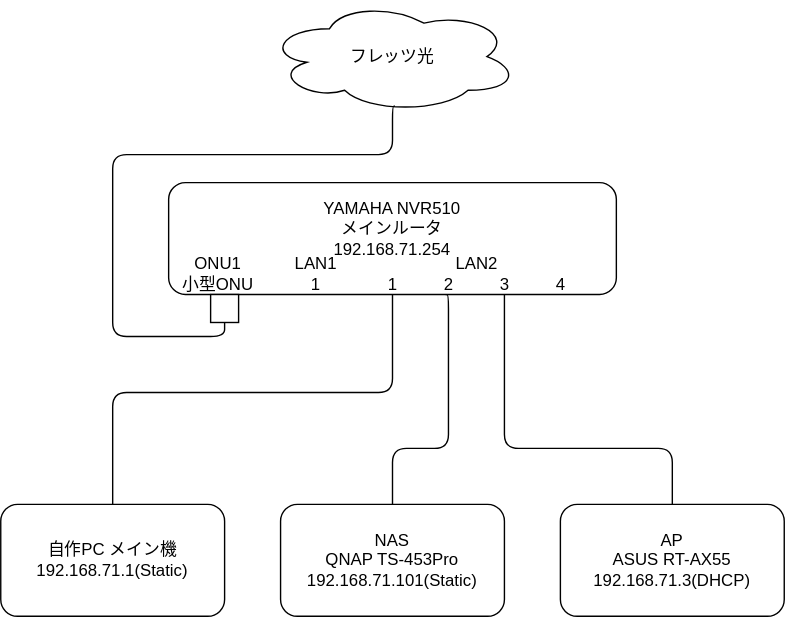
Above: Structure chart/struct.drawio.svg in taka74-1771/1771net_home (draw.io), before the change. Source tidied: cells renumbered, new cells last; positions are measured from the earlier drawing's top-left corner, leaving out a move shared by most shapes.
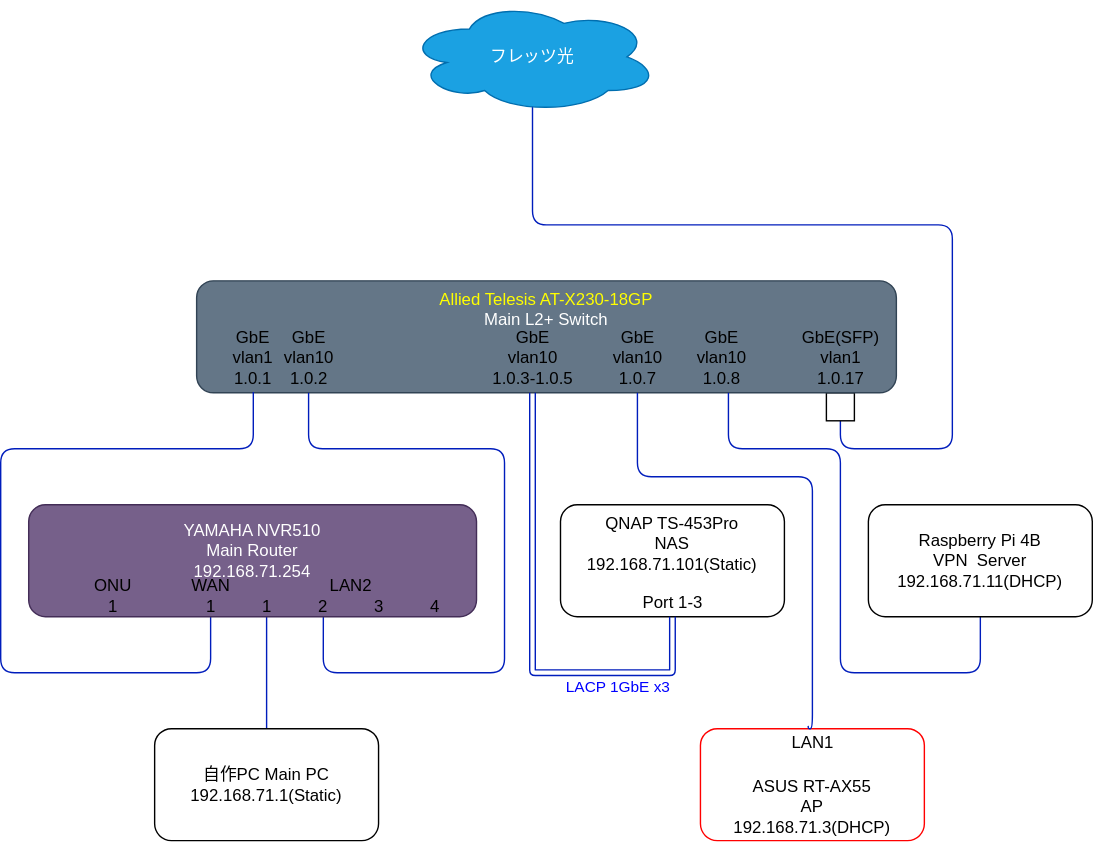
After the change.

Commit message:
L2スイッチ追加

What changed in the source:
```diff
@@ -1,70 +1,135 @@
-<mxGraphModel>
+<mxGraphModel background="#FFFFFF">
   <root>
     <mxCell id="0" />
     <mxCell id="1" parent="0" />
-    <mxCell id="2" style="edgeStyle=orthogonalEdgeStyle;html=1;entryX=0.5;entryY=0;entryDx=0;entryDy=0;endArrow=none;endFill=0;" parent="1" edge="1" source="5" target="11">
-      <mxGeometry relative="1" as="geometry">
-        <Array as="points">
-          <mxPoint x="280" y="280" />
-          <mxPoint x="80" y="280" />
-        </Array>
-      </mxGeometry>
-    </mxCell>
-    <mxCell id="3" style="edgeStyle=orthogonalEdgeStyle;html=1;entryX=0.5;entryY=0;entryDx=0;entryDy=0;endArrow=none;endFill=0;" parent="1" edge="1" target="10">
-      <mxGeometry relative="1" as="geometry">
-        <mxPoint x="318" y="210" as="sourcePoint" />
-        <Array as="points">
-          <mxPoint x="320" y="210" />
-          <mxPoint x="320" y="320" />
-          <mxPoint x="280" y="320" />
-        </Array>
-      </mxGeometry>
-    </mxCell>
-    <mxCell id="4" style="edgeStyle=orthogonalEdgeStyle;html=1;entryX=0.5;entryY=0;entryDx=0;entryDy=0;endArrow=none;endFill=0;" parent="1" edge="1" source="5" target="12">
-      <mxGeometry relative="1" as="geometry">
-        <Array as="points">
-          <mxPoint x="360" y="320" />
-          <mxPoint x="480" y="320" />
-        </Array>
-      </mxGeometry>
-    </mxCell>
-    <mxCell id="5" value="YAMAHA NVR510&lt;br&gt;メインルータ&lt;br&gt;&amp;nbsp;192.168.71.254&amp;nbsp;&lt;br&gt;&lt;br&gt;&amp;nbsp;" style="rounded=1;whiteSpace=wrap;html=1;" parent="1" vertex="1">
-      <mxGeometry x="120" y="130" width="320" height="80" as="geometry" />
-    </mxCell>
+    <mxCell id="15" style="edgeStyle=orthogonalEdgeStyle;html=1;endArrow=none;endFill=0;entryX=0.5;entryY=1;entryDx=0;entryDy=0;fillColor=#0050ef;strokeColor=#001DBC;" parent="1" edge="1" target="8">
+      <mxGeometry relative="1" as="geometry">
+        <mxPoint x="280" y="70" as="sourcePoint" />
+        <Array as="points">
+          <mxPoint x="280" y="160" />
+          <mxPoint x="580" y="160" />
+          <mxPoint x="580" y="320" />
+          <mxPoint x="500" y="320" />
+        </Array>
+      </mxGeometry>
+    </mxCell>
-    <mxCell id="6" value="フレッツ光" style="ellipse;shape=cloud;whiteSpace=wrap;html=1;" parent="1" vertex="1">
+    <mxCell id="6" value="フレッツ光" style="ellipse;shape=cloud;whiteSpace=wrap;html=1;fillColor=#1ba1e2;fontColor=#ffffff;strokeColor=#006EAF;" parent="1" vertex="1">
       <mxGeometry x="190" width="180" height="80" as="geometry" />
     </mxCell>
-    <mxCell id="7" style="edgeStyle=orthogonalEdgeStyle;html=1;entryX=0.51;entryY=0.942;entryDx=0;entryDy=0;entryPerimeter=0;endArrow=none;endFill=0;" parent="1" edge="1" source="8" target="6">
-      <mxGeometry relative="1" as="geometry">
-        <Array as="points">
-          <mxPoint x="160" y="240" />
-          <mxPoint x="80" y="240" />
-          <mxPoint x="80" y="110" />
-          <mxPoint x="280" y="110" />
-          <mxPoint x="280" y="75" />
-        </Array>
-      </mxGeometry>
-    </mxCell>
     <mxCell id="8" style="rounded=0;whiteSpace=wrap;html=1;" parent="1" vertex="1">
-      <mxGeometry x="150" y="210" width="20" height="20" as="geometry" />
+      <mxGeometry x="490" y="280" width="20" height="20" as="geometry" />
     </mxCell>
-    <mxCell id="9" value="ONU1&lt;br&gt;小型ONU" style="text;html=1;align=center;verticalAlign=middle;strokeColor=none;fillColor=none;" parent="1" vertex="1">
-      <mxGeometry x="120" y="180" width="70" height="30" as="geometry" />
-    </mxCell>
-    <mxCell id="10" value="NAS&lt;br&gt;QNAP TS-453Pro&lt;br&gt;192.168.71.101(Static)" style="rounded=1;whiteSpace=wrap;html=1;" parent="1" vertex="1">
-      <mxGeometry x="200" y="360" width="160" height="80" as="geometry" />
+    <mxCell id="10" value="QNAP TS-453Pro&lt;br&gt;NAS&lt;br&gt;192.168.71.101(Static)" style="rounded=1;whiteSpace=wrap;html=1;verticalAlign=top;" parent="1" vertex="1">
+      <mxGeometry x="300" y="360" width="160" height="80" as="geometry" />
     </mxCell>
+    <mxCell id="16" style="edgeStyle=orthogonalEdgeStyle;html=1;endArrow=none;endFill=0;entryX=0.143;entryY=0.333;entryDx=0;entryDy=0;entryPerimeter=0;fillColor=#0050ef;strokeColor=#001DBC;" parent="1" edge="1" source="11" target="13">
+      <mxGeometry relative="1" as="geometry">
+        <Array as="points">
+          <mxPoint x="90" y="420" />
+        </Array>
+      </mxGeometry>
+    </mxCell>
-    <mxCell id="11" value="自作PC メイン機&lt;br&gt;192.168.71.1(Static)" style="rounded=1;whiteSpace=wrap;html=1;" parent="1" vertex="1">
-      <mxGeometry y="360" width="160" height="80" as="geometry" />
+    <mxCell id="11" value="自作PC Main PC&lt;br&gt;192.168.71.1(Static)" style="rounded=1;whiteSpace=wrap;html=1;verticalAlign=middle;" parent="1" vertex="1">
+      <mxGeometry x="10" y="520" width="160" height="80" as="geometry" />
     </mxCell>
-    <mxCell id="12" value="AP&lt;br&gt;ASUS RT-AX55&lt;br&gt;192.168.71.3(DHCP)" style="rounded=1;whiteSpace=wrap;html=1;" parent="1" vertex="1">
-      <mxGeometry x="400" y="360" width="160" height="80" as="geometry" />
+    <mxCell id="12" value="ASUS RT-AX55&lt;br&gt;AP&lt;br&gt;192.168.71.3(DHCP)" style="rounded=1;whiteSpace=wrap;html=1;verticalAlign=bottom;strokeColor=#FF0000;" parent="1" vertex="1">
+      <mxGeometry x="400" y="520" width="160" height="80" as="geometry" />
     </mxCell>
+    <mxCell id="17" value="&lt;font color=&quot;#ffff00&quot;&gt;Allied Telesis AT-X230-18GP&lt;br&gt;&lt;/font&gt;Main L2+ Switch" style="rounded=1;whiteSpace=wrap;html=1;verticalAlign=top;fillColor=#647687;strokeColor=#314354;fontColor=#ffffff;" parent="1" vertex="1">
+      <mxGeometry x="40" y="200" width="500" height="80" as="geometry" />
+    </mxCell>
+    <mxCell id="18" value="GbE(SFP)&lt;br&gt;vlan1&lt;br&gt;1.0.17" style="text;html=1;align=center;verticalAlign=middle;strokeColor=none;fillColor=none;" parent="1" vertex="1">
+      <mxGeometry x="465" y="230" width="70" height="50" as="geometry" />
+    </mxCell>
+    <mxCell id="19" style="edgeStyle=orthogonalEdgeStyle;html=1;entryX=0.081;entryY=0.992;entryDx=0;entryDy=0;entryPerimeter=0;endArrow=none;endFill=0;fillColor=#0050ef;strokeColor=#001DBC;" parent="1" edge="1" source="14" target="17">
+      <mxGeometry relative="1" as="geometry">
+        <Array as="points">
+          <mxPoint x="50" y="480" />
+          <mxPoint x="-100" y="480" />
+          <mxPoint x="-100" y="320" />
+          <mxPoint x="80" y="320" />
+        </Array>
+      </mxGeometry>
+    </mxCell>
+    <mxCell id="20" value="GbE&lt;br&gt;vlan1&lt;br&gt;1.0.1" style="text;html=1;align=center;verticalAlign=middle;strokeColor=none;fillColor=none;" parent="1" vertex="1">
+      <mxGeometry x="60" y="230" width="40" height="50" as="geometry" />
+    </mxCell>
+    <mxCell id="21" style="edgeStyle=orthogonalEdgeStyle;html=1;entryX=0.361;entryY=0.991;entryDx=0;entryDy=0;entryPerimeter=0;endArrow=none;endFill=0;fillColor=#0050ef;strokeColor=#001DBC;" parent="1" edge="1" source="22" target="13">
+      <mxGeometry relative="1" as="geometry">
+        <Array as="points">
+          <mxPoint x="120" y="320" />
+          <mxPoint x="260" y="320" />
+          <mxPoint x="260" y="480" />
+          <mxPoint x="130" y="480" />
+        </Array>
+      </mxGeometry>
+    </mxCell>
+    <mxCell id="22" value="GbE&lt;br&gt;vlan10&lt;br&gt;1.0.2" style="text;html=1;align=center;verticalAlign=middle;points=[];strokeColor=none;fillColor=none;" parent="1" vertex="1">
+      <mxGeometry x="95" y="230" width="50" height="50" as="geometry" />
+    </mxCell>
+    <mxCell id="23" style="edgeStyle=orthogonalEdgeStyle;html=1;entryX=0.5;entryY=1;entryDx=0;entryDy=0;endArrow=none;endFill=0;shape=link;fillColor=#0050ef;strokeColor=#001DBC;" parent="1" edge="1" source="25" target="10">
+      <mxGeometry relative="1" as="geometry">
+        <Array as="points">
+          <mxPoint x="280" y="480" />
+          <mxPoint x="380" y="480" />
+        </Array>
+      </mxGeometry>
+    </mxCell>
+    <mxCell id="24" value="LACP 1GbE x3" style="edgeLabel;html=1;align=center;verticalAlign=middle;fontColor=#0000FF;labelBackgroundColor=#FFFFFF;" parent="23" vertex="1">
+      <mxGeometry x="0.76" y="-2" relative="1" as="geometry">
+        <mxPoint x="-38" y="8" as="offset" />
+      </mxGeometry>
+    </mxCell>
+    <mxCell id="25" value="GbE&lt;br&gt;vlan10&lt;br&gt;1.0.3-1.0.5" style="text;html=1;align=center;verticalAlign=middle;points=[];strokeColor=none;fillColor=none;" parent="1" vertex="1">
+      <mxGeometry x="245" y="230" width="70" height="50" as="geometry" />
+    </mxCell>
+    <mxCell id="26" style="edgeStyle=orthogonalEdgeStyle;html=1;endArrow=none;endFill=0;fillColor=#0050ef;strokeColor=#001DBC;" parent="1" edge="1" source="27">
+      <mxGeometry relative="1" as="geometry">
+        <mxPoint x="477" y="518" as="targetPoint" />
+        <Array as="points">
+          <mxPoint x="355" y="340" />
+          <mxPoint x="480" y="340" />
+          <mxPoint x="480" y="520" />
+          <mxPoint x="477" y="520" />
+        </Array>
+      </mxGeometry>
+    </mxCell>
+    <mxCell id="27" value="GbE&lt;br&gt;vlan10&lt;br&gt;1.0.7" style="text;html=1;align=center;verticalAlign=middle;points=[];strokeColor=none;fillColor=none;" parent="1" vertex="1">
+      <mxGeometry x="330" y="230" width="50" height="50" as="geometry" />
+    </mxCell>
+    <mxCell id="28" value="LAN1" style="text;html=1;align=center;verticalAlign=middle;strokeColor=none;fillColor=none;" parent="1" vertex="1">
+      <mxGeometry x="455" y="520" width="50" height="20" as="geometry" />
+    </mxCell>
+    <mxCell id="29" value="Port 1-3" style="text;html=1;align=center;verticalAlign=middle;strokeColor=none;fillColor=none;" parent="1" vertex="1">
+      <mxGeometry x="350" y="420" width="60" height="20" as="geometry" />
+    </mxCell>
+    <mxCell id="30" value="GbE&lt;br&gt;vlan10&lt;br&gt;1.0.8" style="text;html=1;align=center;verticalAlign=middle;strokeColor=none;fillColor=none;" parent="1" vertex="1">
+      <mxGeometry x="390" y="230" width="50" height="50" as="geometry" />
+    </mxCell>
+    <mxCell id="31" style="edgeStyle=orthogonalEdgeStyle;html=1;endArrow=none;endFill=0;exitX=0.5;exitY=1;exitDx=0;exitDy=0;fillColor=#0050ef;strokeColor=#001DBC;" parent="1" edge="1" source="32" target="17">
+      <mxGeometry relative="1" as="geometry">
+        <Array as="points">
+          <mxPoint x="600" y="480" />
+          <mxPoint x="500" y="480" />
+          <mxPoint x="500" y="320" />
+          <mxPoint x="420" y="320" />
+        </Array>
+      </mxGeometry>
+    </mxCell>
+    <mxCell id="32" value="Raspberry Pi 4B&lt;br&gt;VPN&amp;nbsp; Server&lt;br&gt;192.168.71.11(DHCP)" style="rounded=1;whiteSpace=wrap;html=1;verticalAlign=middle;" parent="1" vertex="1">
+      <mxGeometry x="520" y="360" width="160" height="80" as="geometry" />
+    </mxCell>
+    <mxCell id="5" value="YAMAHA NVR510&lt;br&gt;Main Router&lt;br&gt;&amp;nbsp;192.168.71.254&amp;nbsp;&lt;br&gt;&lt;br&gt;&amp;nbsp;" style="rounded=1;whiteSpace=wrap;html=1;fillColor=#76608a;fontColor=#ffffff;strokeColor=#432D57;" parent="1" vertex="1">
+      <mxGeometry x="-80" y="360" width="320" height="80" as="geometry" />
+    </mxCell>
+    <mxCell id="9" value="ONU&lt;br&gt;1" style="text;html=1;align=center;verticalAlign=middle;strokeColor=none;fillColor=none;" parent="1" vertex="1">
+      <mxGeometry x="-40" y="410" width="40" height="30" as="geometry" />
+    </mxCell>
     <mxCell id="13" value="LAN2&lt;br&gt;1&amp;nbsp; &amp;nbsp; &amp;nbsp; &amp;nbsp; &amp;nbsp; 2&amp;nbsp; &amp;nbsp; &amp;nbsp; &amp;nbsp; &amp;nbsp; 3&amp;nbsp; &amp;nbsp; &amp;nbsp; &amp;nbsp; &amp;nbsp; 4" style="text;html=1;align=center;verticalAlign=middle;points=[];strokeColor=none;fillColor=none;" parent="1" vertex="1">
-      <mxGeometry x="270" y="180" width="140" height="30" as="geometry" />
+      <mxGeometry x="80" y="410" width="140" height="30" as="geometry" />
     </mxCell>
-    <mxCell id="14" value="LAN1&lt;br&gt;1" style="text;html=1;align=center;verticalAlign=middle;points=[];strokeColor=none;fillColor=none;" parent="1" vertex="1">
-      <mxGeometry x="200" y="180" width="50" height="30" as="geometry" />
+    <mxCell id="14" value="WAN&lt;br&gt;1" style="text;html=1;align=center;verticalAlign=middle;points=[];strokeColor=none;fillColor=none;" parent="1" vertex="1">
+      <mxGeometry x="30" y="410" width="40" height="30" as="geometry" />
     </mxCell>
   </root>
 </mxGraphModel>
```
